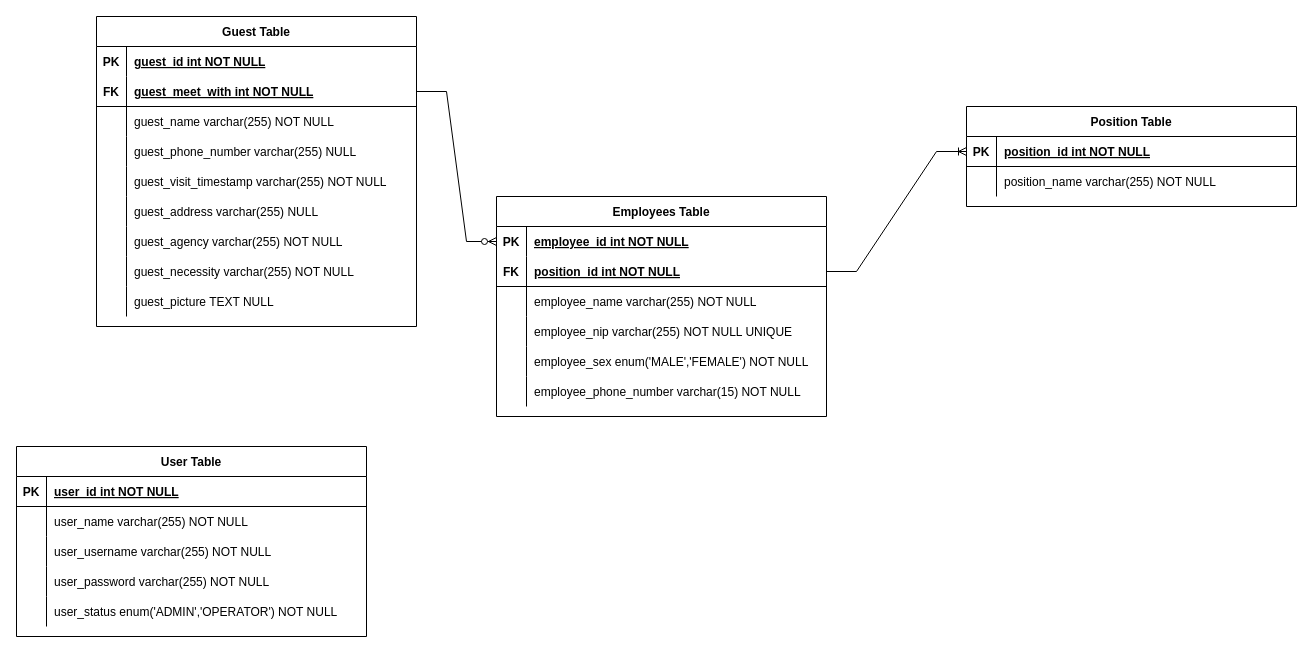
Before: app/database/Database Scheme.drawio in yafizh/BPTP-Guest-Book, a draw.io diagram. Source tidied: cells renumbered, new cells numbered last; positions are measured from the earlier drawing's top-left corner, leaving out a move shared by most shapes. Both pictures are drawn from the tidied source at 100%, with x=0, y=0 at pixel (16, 16).
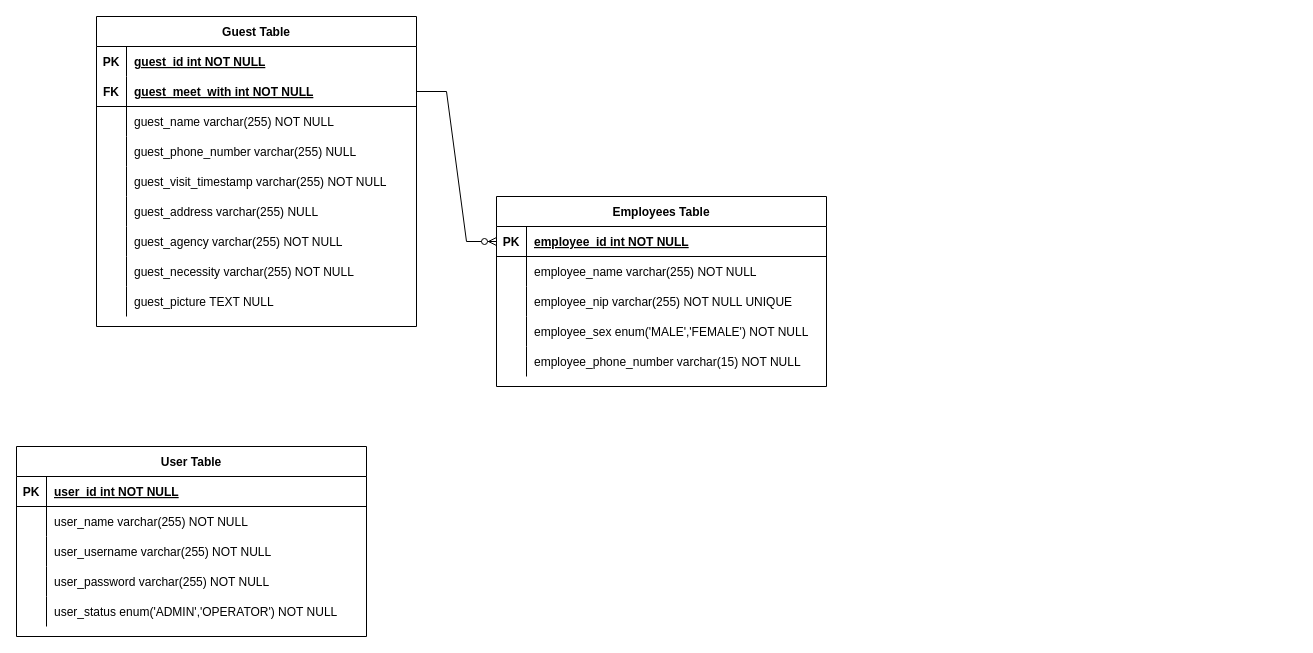
The same page after the edit.

Commit message (it also covers changes not shown here):
change database schema

The edit, as a diff of the source:
```diff
@@
     <mxCell id="30" value="Employees Table" style="shape=table;startSize=30;childLayout=tableLayout;rowLines=0;fontStyle=1;align=center;" parent="1" vertex="1">
-      <mxGeometry x="480" y="180" width="330" height="220" as="geometry" />
+      <mxGeometry x="480" y="180" width="330" height="190" as="geometry" />
     </mxCell>
-    <mxCell id="31" style="shape=partialRectangle;fillColor=none;points=[[0,0.5],[1,0.5]];portConstraint=eastwest;top=0;left=0;right=0;bottom=1;strokeColor=none;" parent="30" vertex="1">
+    <mxCell id="31" style="shape=partialRectangle;fillColor=none;points=[[0,0.5],[1,0.5]];portConstraint=eastwest;top=0;left=0;right=0;bottom=1;strokeColor=default;" parent="30" vertex="1">
       <mxGeometry y="30" width="330" height="30" as="geometry" />
     </mxCell>
@@
-    <mxCell id="34" style="shape=partialRectangle;fillColor=none;points=[[0,0.5],[1,0.5]];portConstraint=eastwest;top=0;left=0;right=0;bottom=1;" parent="30" vertex="1">
-      <mxGeometry y="60" width="330" height="30" as="geometry" />
-    </mxCell>
-    <mxCell id="35" value="FK" style="shape=partialRectangle;overflow=hidden;fillColor=none;top=0;left=0;bottom=0;right=0;fontStyle=1;" parent="34" vertex="1">
-      <mxGeometry width="30" height="30" as="geometry" />
-    </mxCell>
-    <mxCell id="36" value="position_id int NOT NULL " style="shape=partialRectangle;overflow=hidden;fillColor=none;top=0;left=0;bottom=0;right=0;align=left;spacingLeft=6;fontStyle=5;" parent="34" vertex="1">
-      <mxGeometry x="30" width="300" height="30" as="geometry" />
-    </mxCell>
     <mxCell id="37" style="shape=partialRectangle;fillColor=none;top=0;left=0;right=0;bottom=0;" parent="30" vertex="1">
-      <mxGeometry y="90" width="330" height="30" as="geometry" />
+      <mxGeometry y="60" width="330" height="30" as="geometry" />
     </mxCell>
@@
     <mxCell id="40" style="shape=partialRectangle;fillColor=none;top=0;left=0;right=0;bottom=0;" parent="30" vertex="1">
-      <mxGeometry y="120" width="330" height="30" as="geometry" />
+      <mxGeometry y="90" width="330" height="30" as="geometry" />
     </mxCell>
@@
     <mxCell id="43" style="shape=partialRectangle;fillColor=none;top=0;left=0;right=0;bottom=0;" parent="30" vertex="1">
-      <mxGeometry y="150" width="330" height="30" as="geometry" />
+      <mxGeometry y="120" width="330" height="30" as="geometry" />
     </mxCell>
@@
     <mxCell id="46" style="shape=partialRectangle;fillColor=none;top=0;left=0;right=0;bottom=0;" parent="30" vertex="1">
-      <mxGeometry y="180" width="330" height="30" as="geometry" />
+      <mxGeometry y="150" width="330" height="30" as="geometry" />
     </mxCell>
@@
-    <mxCell id="65" value="Position Table" style="shape=table;startSize=30;childLayout=tableLayout;rowLines=0;fontStyle=1;align=center;" parent="1" vertex="1">
-      <mxGeometry x="950" y="90" width="330" height="100" as="geometry" />
-    </mxCell>
-    <mxCell id="66" style="shape=partialRectangle;fillColor=none;points=[[0,0.5],[1,0.5]];portConstraint=eastwest;top=0;left=0;right=0;bottom=1;strokeColor=default;" parent="65" vertex="1">
-      <mxGeometry y="30" width="330" height="30" as="geometry" />
-    </mxCell>
-    <mxCell id="67" value="PK" style="shape=partialRectangle;overflow=hidden;fillColor=none;top=0;left=0;bottom=0;right=0;fontStyle=1;" parent="66" vertex="1">
-      <mxGeometry width="30" height="30" as="geometry" />
-    </mxCell>
-    <mxCell id="68" value="position_id int NOT NULL " style="shape=partialRectangle;overflow=hidden;fillColor=none;top=0;left=0;bottom=0;right=0;align=left;spacingLeft=6;fontStyle=5;strokeColor=default;" parent="66" vertex="1">
-      <mxGeometry x="30" width="300" height="30" as="geometry" />
-    </mxCell>
-    <mxCell id="69" style="shape=partialRectangle;fillColor=none;top=0;left=0;right=0;bottom=0;" parent="65" vertex="1">
-      <mxGeometry y="60" width="330" height="30" as="geometry" />
-    </mxCell>
-    <mxCell id="70" style="shape=partialRectangle;overflow=hidden;fillColor=none;top=0;left=0;bottom=0;right=0;" parent="69" vertex="1">
-      <mxGeometry width="30" height="30" as="geometry" />
-    </mxCell>
-    <mxCell id="71" value="position_name varchar(255) NOT NULL" style="shape=partialRectangle;overflow=hidden;fillColor=none;top=0;left=0;bottom=0;right=0;align=left;spacingLeft=6;" parent="69" vertex="1">
-      <mxGeometry x="30" width="300" height="30" as="geometry" />
-    </mxCell>
-    <mxCell id="72" style="edgeStyle=entityRelationEdgeStyle;fontSize=12;html=1;endArrow=ERoneToMany;rounded=0;exitX=1;exitY=0.5;exitDx=0;exitDy=0;entryX=0;entryY=0.5;entryDx=0;entryDy=0;" parent="1" edge="1" source="34" target="66">
-      <mxGeometry relative="1" as="geometry" />
-    </mxCell>
```
